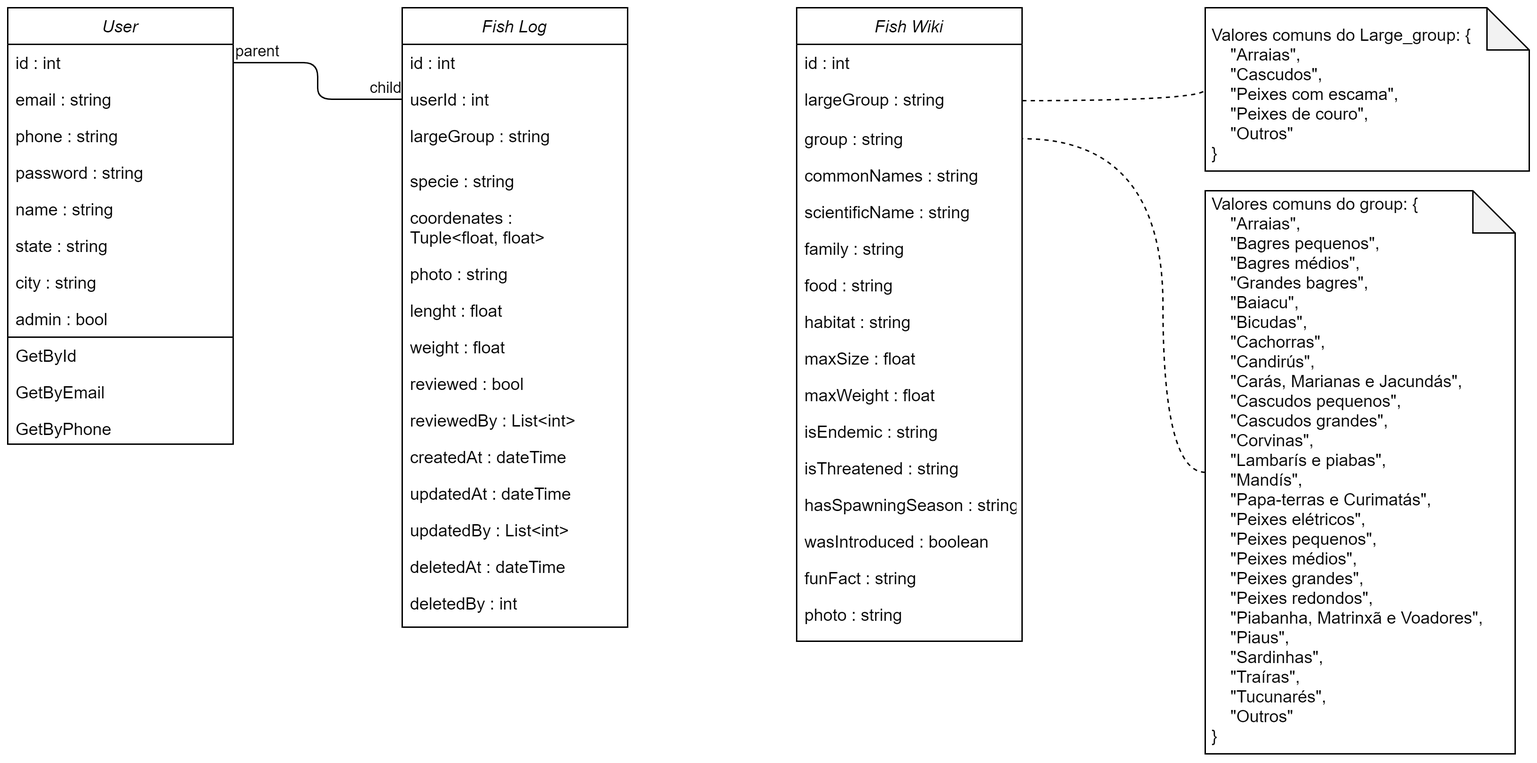
Earlier version of the draw.io export docs/Assets/Images/ArchitectureDocument/ClassDiagram.png (fga-eps-mds/2021.1-Pro-Especies-Docs). Source tidied: cells renumbered, new cells last; positions are measured from the earlier drawing's top-left corner, leaving out a move shared by most shapes.
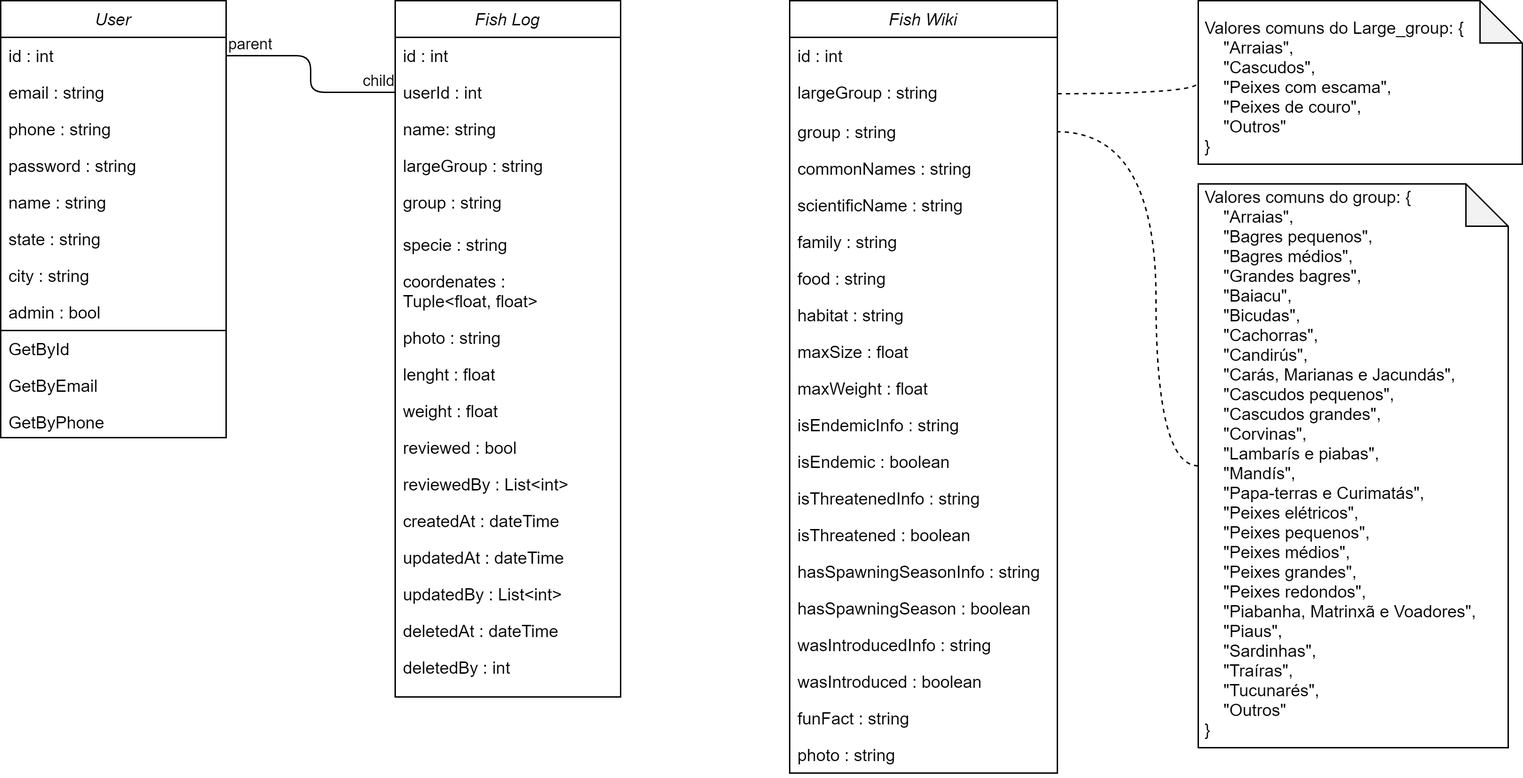
The same file after the commit.

What changed in the source:
```diff
@@ -42,52 +42,58 @@
       <mxGeometry y="230" width="160" height="8" as="geometry" />
     </mxCell>
     <mxCell id="15" value="Fish Log" style="swimlane;fontStyle=2;align=center;verticalAlign=top;horizontal=1;startSize=26;rounded=0;shadow=0;strokeWidth=1;" parent="1" vertex="1">
-      <mxGeometry x="280" width="160" height="440" as="geometry" />
+      <mxGeometry x="280" width="160" height="494" as="geometry" />
     </mxCell>
     <mxCell id="16" value="id : int" style="text;align=left;verticalAlign=top;spacingLeft=4;spacingRight=4;overflow=hidden;" parent="15" vertex="1">
       <mxGeometry y="26" width="160" height="26" as="geometry" />
     </mxCell>
-    <mxCell id="17" value="userId : int" style="text;align=left;verticalAlign=top;spacingLeft=4;spacingRight=4;overflow=hidden;points=[[0,0.5],[1,0.5]];portConstraint=eastwest;rounded=0;shadow=0;html=0;" parent="15" vertex="1">
+    <mxCell id="17" value="userId : int" style="text;align=left;verticalAlign=top;spacingLeft=4;spacingRight=4;overflow=hidden;points=[[0,0.5],[1,0.5]];portConstraint=eastwest;rounded=0;shadow=0;html=0;fontColor=default;" parent="15" vertex="1">
       <mxGeometry y="52" width="160" height="26" as="geometry" />
     </mxCell>
+    <mxCell id="55" value="name: string" style="text;align=left;verticalAlign=top;spacingLeft=4;spacingRight=4;overflow=hidden;rounded=0;shadow=0;html=0;fontColor=default;" parent="15" vertex="1">
+      <mxGeometry y="78" width="160" height="26" as="geometry" />
+    </mxCell>
-    <mxCell id="18" value="largeGroup : string" style="text;align=left;verticalAlign=top;spacingLeft=4;spacingRight=4;overflow=hidden;rounded=0;shadow=0;html=0;" parent="15" vertex="1">
-      <mxGeometry y="78" width="160" height="32" as="geometry" />
+    <mxCell id="18" value="largeGroup : string" style="text;align=left;verticalAlign=top;spacingLeft=4;spacingRight=4;overflow=hidden;rounded=0;shadow=0;html=0;fontColor=default;" parent="15" vertex="1">
+      <mxGeometry y="104" width="160" height="26" as="geometry" />
     </mxCell>
+    <mxCell id="56" value="group : string" style="text;align=left;verticalAlign=top;spacingLeft=4;spacingRight=4;overflow=hidden;rounded=0;shadow=0;html=0;fontColor=default;" parent="15" vertex="1">
+      <mxGeometry y="130" width="160" height="30" as="geometry" />
+    </mxCell>
     <mxCell id="19" value="specie : string" style="text;align=left;verticalAlign=top;spacingLeft=4;spacingRight=4;overflow=hidden;" parent="15" vertex="1">
-      <mxGeometry y="110" width="160" height="26" as="geometry" />
+      <mxGeometry y="160" width="160" height="26" as="geometry" />
     </mxCell>
     <mxCell id="20" value="coordenates : &#10;Tuple&lt;float, float&gt;" style="text;align=left;verticalAlign=top;spacingLeft=4;spacingRight=4;overflow=hidden;" parent="15" vertex="1">
-      <mxGeometry y="136" width="160" height="40" as="geometry" />
+      <mxGeometry y="186" width="160" height="40" as="geometry" />
     </mxCell>
     <mxCell id="21" value="photo : string" style="text;align=left;verticalAlign=top;spacingLeft=4;spacingRight=4;overflow=hidden;" parent="15" vertex="1">
-      <mxGeometry y="176" width="160" height="26" as="geometry" />
+      <mxGeometry y="226" width="160" height="26" as="geometry" />
     </mxCell>
     <mxCell id="22" value="lenght : float" style="text;align=left;verticalAlign=top;spacingLeft=4;spacingRight=4;overflow=hidden;" parent="15" vertex="1">
-      <mxGeometry y="202" width="160" height="26" as="geometry" />
+      <mxGeometry y="252" width="160" height="26" as="geometry" />
     </mxCell>
     <mxCell id="23" value="weight : float" style="text;align=left;verticalAlign=top;spacingLeft=4;spacingRight=4;overflow=hidden;" parent="15" vertex="1">
-      <mxGeometry y="228" width="160" height="26" as="geometry" />
+      <mxGeometry y="278" width="160" height="26" as="geometry" />
     </mxCell>
     <mxCell id="24" value="reviewed : bool" style="text;align=left;verticalAlign=top;spacingLeft=4;spacingRight=4;overflow=hidden;" parent="15" vertex="1">
-      <mxGeometry y="254" width="160" height="26" as="geometry" />
+      <mxGeometry y="304" width="160" height="26" as="geometry" />
     </mxCell>
     <mxCell id="25" value="reviewedBy : List&lt;int&gt;" style="text;align=left;verticalAlign=top;spacingLeft=4;spacingRight=4;overflow=hidden;" parent="15" vertex="1">
-      <mxGeometry y="280" width="160" height="26" as="geometry" />
+      <mxGeometry y="330" width="160" height="26" as="geometry" />
     </mxCell>
     <mxCell id="26" value="createdAt : dateTime" style="text;align=left;verticalAlign=top;spacingLeft=4;spacingRight=4;overflow=hidden;" parent="15" vertex="1">
-      <mxGeometry y="306" width="160" height="26" as="geometry" />
+      <mxGeometry y="356" width="160" height="26" as="geometry" />
     </mxCell>
     <mxCell id="27" value="updatedAt : dateTime" style="text;align=left;verticalAlign=top;spacingLeft=4;spacingRight=4;overflow=hidden;" parent="15" vertex="1">
-      <mxGeometry y="332" width="160" height="26" as="geometry" />
+      <mxGeometry y="382" width="160" height="26" as="geometry" />
     </mxCell>
     <mxCell id="28" value="updatedBy : List&lt;int&gt;" style="text;align=left;verticalAlign=top;spacingLeft=4;spacingRight=4;overflow=hidden;" parent="15" vertex="1">
-      <mxGeometry y="358" width="160" height="26" as="geometry" />
+      <mxGeometry y="408" width="160" height="26" as="geometry" />
     </mxCell>
     <mxCell id="29" value="deletedAt : dateTime" style="text;align=left;verticalAlign=top;spacingLeft=4;spacingRight=4;overflow=hidden;" parent="15" vertex="1">
-      <mxGeometry y="384" width="160" height="26" as="geometry" />
+      <mxGeometry y="434" width="160" height="26" as="geometry" />
     </mxCell>
     <mxCell id="30" value="deletedBy : int" style="text;align=left;verticalAlign=top;spacingLeft=4;spacingRight=4;overflow=hidden;" parent="15" vertex="1">
-      <mxGeometry y="410" width="160" height="26" as="geometry" />
+      <mxGeometry y="460" width="160" height="26" as="geometry" />
     </mxCell>
     <mxCell id="31" value="Valores comuns do group:&amp;nbsp;&lt;span&gt;{&lt;/span&gt;&lt;br style=&quot;padding: 0px ; margin: 0px&quot;&gt;&lt;span&gt;&amp;nbsp; &amp;nbsp; &quot;Arraias&quot;,&lt;/span&gt;&lt;br style=&quot;padding: 0px ; margin: 0px&quot;&gt;&lt;span&gt;&amp;nbsp; &amp;nbsp; &quot;Bagres pequenos&quot;,&lt;/span&gt;&lt;br style=&quot;padding: 0px ; margin: 0px&quot;&gt;&lt;span&gt;&amp;nbsp; &amp;nbsp; &quot;Bagres médios&quot;,&lt;/span&gt;&lt;br style=&quot;padding: 0px ; margin: 0px&quot;&gt;&lt;span&gt;&amp;nbsp; &amp;nbsp; &quot;Grandes bagres&quot;,&lt;/span&gt;&lt;br style=&quot;padding: 0px ; margin: 0px&quot;&gt;&lt;span&gt;&amp;nbsp; &amp;nbsp; &quot;Baiacu&quot;,&lt;/span&gt;&lt;br style=&quot;padding: 0px ; margin: 0px&quot;&gt;&lt;span&gt;&amp;nbsp; &amp;nbsp; &quot;Bicudas&quot;,&lt;/span&gt;&lt;br style=&quot;padding: 0px ; margin: 0px&quot;&gt;&lt;span&gt;&amp;nbsp; &amp;nbsp; &quot;Cachorras&quot;,&lt;/span&gt;&lt;br style=&quot;padding: 0px ; margin: 0px&quot;&gt;&lt;span&gt;&amp;nbsp; &amp;nbsp; &quot;Candirús&quot;,&lt;/span&gt;&lt;br style=&quot;padding: 0px ; margin: 0px&quot;&gt;&lt;span&gt;&amp;nbsp; &amp;nbsp; &quot;Carás, Marianas e Jacundás&quot;,&lt;/span&gt;&lt;br style=&quot;padding: 0px ; margin: 0px&quot;&gt;&lt;span&gt;&amp;nbsp; &amp;nbsp; &quot;Cascudos pequenos&quot;,&lt;/span&gt;&lt;br style=&quot;padding: 0px ; margin: 0px&quot;&gt;&lt;span&gt;&amp;nbsp; &amp;nbsp; &quot;Cascudos grandes&quot;,&lt;/span&gt;&lt;br style=&quot;padding: 0px ; margin: 0px&quot;&gt;&lt;span&gt;&amp;nbsp; &amp;nbsp; &quot;Corvinas&quot;,&lt;/span&gt;&lt;br style=&quot;padding: 0px ; margin: 0px&quot;&gt;&lt;span&gt;&amp;nbsp; &amp;nbsp; &quot;Lambarís e piabas&quot;,&lt;/span&gt;&lt;br style=&quot;padding: 0px ; margin: 0px&quot;&gt;&lt;span&gt;&amp;nbsp; &amp;nbsp; &quot;Mandís&quot;,&lt;/span&gt;&lt;br style=&quot;padding: 0px ; margin: 0px&quot;&gt;&lt;span&gt;&amp;nbsp; &amp;nbsp; &quot;Papa-terras e Curimatás&quot;,&lt;/span&gt;&lt;br style=&quot;padding: 0px ; margin: 0px&quot;&gt;&lt;span&gt;&amp;nbsp; &amp;nbsp; &quot;Peixes elétricos&quot;,&lt;/span&gt;&lt;br style=&quot;padding: 0px ; margin: 0px&quot;&gt;&lt;span&gt;&amp;nbsp; &amp;nbsp; &quot;Peixes pequenos&quot;,&lt;/span&gt;&lt;br style=&quot;padding: 0px ; margin: 0px&quot;&gt;&lt;span&gt;&amp;nbsp; &amp;nbsp; &quot;Peixes médios&quot;,&lt;/span&gt;&lt;br style=&quot;padding: 0px ; margin: 0px&quot;&gt;&lt;span&gt;&amp;nbsp; &amp;nbsp; &quot;Peixes grandes&quot;,&lt;/span&gt;&lt;br style=&quot;padding: 0px ; margin: 0px&quot;&gt;&lt;span&gt;&amp;nbsp; &amp;nbsp; &quot;Peixes redondos&quot;,&lt;/span&gt;&lt;br style=&quot;padding: 0px ; margin: 0px&quot;&gt;&lt;span&gt;&amp;nbsp; &amp;nbsp; &quot;Piabanha, Matrinxã e Voadores&quot;,&lt;/span&gt;&lt;br style=&quot;padding: 0px ; margin: 0px&quot;&gt;&lt;span&gt;&amp;nbsp; &amp;nbsp; &quot;Piaus&quot;,&lt;/span&gt;&lt;br style=&quot;padding: 0px ; margin: 0px&quot;&gt;&lt;span&gt;&amp;nbsp; &amp;nbsp; &quot;Sardinhas&quot;,&lt;/span&gt;&lt;br style=&quot;padding: 0px ; margin: 0px&quot;&gt;&lt;span&gt;&amp;nbsp; &amp;nbsp; &quot;Traíras&quot;,&lt;/span&gt;&lt;br style=&quot;padding: 0px ; margin: 0px&quot;&gt;&lt;span&gt;&amp;nbsp; &amp;nbsp; &quot;Tucunarés&quot;,&lt;/span&gt;&lt;br style=&quot;padding: 0px ; margin: 0px&quot;&gt;&lt;span&gt;&amp;nbsp; &amp;nbsp; &quot;Outros&quot;&lt;br&gt;&lt;/span&gt;&lt;span&gt;}&lt;/span&gt;" style="shape=note;whiteSpace=wrap;html=1;backgroundOutline=1;darkOpacity=0.05;align=left;spacingLeft=0;spacing=5;verticalAlign=bottom;" parent="1" vertex="1">
       <mxGeometry x="850" y="130" width="220" height="400" as="geometry" />
@@ -100,56 +106,68 @@
         </Array>
       </mxGeometry>
     </mxCell>
-    <mxCell id="33" value="Fish Wiki" style="swimlane;fontStyle=2;align=center;verticalAlign=top;horizontal=1;startSize=26;rounded=0;shadow=0;strokeWidth=1;" parent="1" vertex="1">
-      <mxGeometry x="560" width="160" height="450" as="geometry" />
+    <mxCell id="33" value="Fish Wiki" style="swimlane;fontStyle=2;align=center;verticalAlign=top;horizontal=1;startSize=26;rounded=0;shadow=0;strokeWidth=1;fillColor=default;strokeColor=default;fontColor=default;" parent="1" vertex="1">
+      <mxGeometry x="560" width="190" height="548" as="geometry" />
     </mxCell>
     <mxCell id="34" value="id : int" style="text;align=left;verticalAlign=top;spacingLeft=4;spacingRight=4;overflow=hidden;" parent="33" vertex="1">
-      <mxGeometry y="26" width="160" height="26" as="geometry" />
+      <mxGeometry y="26" width="190" height="26" as="geometry" />
     </mxCell>
     <mxCell id="35" value="largeGroup : string " style="text;align=left;verticalAlign=top;spacingLeft=4;spacingRight=4;overflow=hidden;points=[[0,0.5],[1,0.5]];portConstraint=eastwest;rounded=0;shadow=0;html=0;" parent="33" vertex="1">
-      <mxGeometry y="52" width="160" height="28" as="geometry" />
+      <mxGeometry y="52" width="190" height="28" as="geometry" />
     </mxCell>
     <mxCell id="36" value="group : string" style="text;align=left;verticalAlign=top;spacingLeft=4;spacingRight=4;overflow=hidden;points=[[0,0.5],[1,0.5]];portConstraint=eastwest;rounded=0;shadow=0;html=0;" parent="33" vertex="1">
-      <mxGeometry y="80" width="160" height="26" as="geometry" />
+      <mxGeometry y="80" width="190" height="26" as="geometry" />
     </mxCell>
     <mxCell id="37" value="commonNames : string" style="text;align=left;verticalAlign=top;spacingLeft=4;spacingRight=4;overflow=hidden;" parent="33" vertex="1">
-      <mxGeometry y="106" width="160" height="26" as="geometry" />
+      <mxGeometry y="106" width="190" height="26" as="geometry" />
     </mxCell>
     <mxCell id="38" value="scientificName : string" style="text;align=left;verticalAlign=top;spacingLeft=4;spacingRight=4;overflow=hidden;" parent="33" vertex="1">
-      <mxGeometry y="132" width="160" height="26" as="geometry" />
+      <mxGeometry y="132" width="190" height="26" as="geometry" />
     </mxCell>
     <mxCell id="39" value="family : string" style="text;align=left;verticalAlign=top;spacingLeft=4;spacingRight=4;overflow=hidden;" parent="33" vertex="1">
-      <mxGeometry y="158" width="160" height="26" as="geometry" />
+      <mxGeometry y="158" width="190" height="26" as="geometry" />
     </mxCell>
     <mxCell id="40" value="food : string" style="text;align=left;verticalAlign=top;spacingLeft=4;spacingRight=4;overflow=hidden;" parent="33" vertex="1">
-      <mxGeometry y="184" width="160" height="26" as="geometry" />
+      <mxGeometry y="184" width="190" height="26" as="geometry" />
     </mxCell>
     <mxCell id="41" value="habitat : string" style="text;align=left;verticalAlign=top;spacingLeft=4;spacingRight=4;overflow=hidden;" parent="33" vertex="1">
-      <mxGeometry y="210" width="160" height="26" as="geometry" />
+      <mxGeometry y="210" width="190" height="26" as="geometry" />
     </mxCell>
     <mxCell id="42" value="maxSize : float" style="text;align=left;verticalAlign=top;spacingLeft=4;spacingRight=4;overflow=hidden;" parent="33" vertex="1">
-      <mxGeometry y="236" width="160" height="26" as="geometry" />
+      <mxGeometry y="236" width="190" height="26" as="geometry" />
     </mxCell>
     <mxCell id="43" value="maxWeight : float" style="text;align=left;verticalAlign=top;spacingLeft=4;spacingRight=4;overflow=hidden;" parent="33" vertex="1">
-      <mxGeometry y="262" width="160" height="26" as="geometry" />
+      <mxGeometry y="262" width="190" height="26" as="geometry" />
     </mxCell>
-    <mxCell id="44" value="isEndemic : string" style="text;align=left;verticalAlign=top;spacingLeft=4;spacingRight=4;overflow=hidden;" parent="33" vertex="1">
-      <mxGeometry y="288" width="160" height="26" as="geometry" />
+    <mxCell id="44" value="isEndemicInfo : string" style="text;align=left;verticalAlign=top;spacingLeft=4;spacingRight=4;overflow=hidden;fontColor=default;" parent="33" vertex="1">
+      <mxGeometry y="288" width="190" height="26" as="geometry" />
     </mxCell>
+    <mxCell id="57" value="isEndemic : boolean" style="text;align=left;verticalAlign=top;spacingLeft=4;spacingRight=4;overflow=hidden;fontColor=default;" parent="33" vertex="1">
+      <mxGeometry y="314" width="190" height="26" as="geometry" />
+    </mxCell>
+    <mxCell id="58" value="isThreatenedInfo : string" style="text;align=left;verticalAlign=top;spacingLeft=4;spacingRight=4;overflow=hidden;fontColor=default;" parent="33" vertex="1">
+      <mxGeometry y="340" width="190" height="26" as="geometry" />
+    </mxCell>
-    <mxCell id="45" value="isThreatened : string" style="text;align=left;verticalAlign=top;spacingLeft=4;spacingRight=4;overflow=hidden;" parent="33" vertex="1">
-      <mxGeometry y="314" width="160" height="26" as="geometry" />
+    <mxCell id="45" value="isThreatened : boolean" style="text;align=left;verticalAlign=top;spacingLeft=4;spacingRight=4;overflow=hidden;fontColor=default;" parent="33" vertex="1">
+      <mxGeometry y="366" width="190" height="26" as="geometry" />
     </mxCell>
+    <mxCell id="59" value="hasSpawningSeasonInfo : string" style="text;align=left;verticalAlign=top;spacingLeft=4;spacingRight=4;overflow=hidden;fontColor=default;" parent="33" vertex="1">
+      <mxGeometry y="392" width="190" height="26" as="geometry" />
+    </mxCell>
-    <mxCell id="46" value="hasSpawningSeason : string" style="text;align=left;verticalAlign=top;spacingLeft=4;spacingRight=4;overflow=hidden;" parent="33" vertex="1">
-      <mxGeometry y="340" width="160" height="26" as="geometry" />
+    <mxCell id="46" value="hasSpawningSeason : boolean" style="text;align=left;verticalAlign=top;spacingLeft=4;spacingRight=4;overflow=hidden;fontColor=default;" parent="33" vertex="1">
+      <mxGeometry y="418" width="190" height="26" as="geometry" />
     </mxCell>
-    <mxCell id="47" value="wasIntroduced : boolean" style="text;align=left;verticalAlign=top;spacingLeft=4;spacingRight=4;overflow=hidden;" parent="33" vertex="1">
-      <mxGeometry y="366" width="160" height="26" as="geometry" />
+    <mxCell id="47" value="wasIntroducedInfo : string" style="text;align=left;verticalAlign=top;spacingLeft=4;spacingRight=4;overflow=hidden;fontColor=default;" parent="33" vertex="1">
+      <mxGeometry y="444" width="190" height="26" as="geometry" />
     </mxCell>
+    <mxCell id="60" value="wasIntroduced : boolean" style="text;align=left;verticalAlign=top;spacingLeft=4;spacingRight=4;overflow=hidden;fontColor=default;" parent="33" vertex="1">
+      <mxGeometry y="470" width="190" height="26" as="geometry" />
+    </mxCell>
     <mxCell id="48" value="funFact : string" style="text;align=left;verticalAlign=top;spacingLeft=4;spacingRight=4;overflow=hidden;" parent="33" vertex="1">
-      <mxGeometry y="392" width="160" height="26" as="geometry" />
+      <mxGeometry y="496" width="190" height="26" as="geometry" />
     </mxCell>
     <mxCell id="49" value="photo : string" style="text;align=left;verticalAlign=top;spacingLeft=4;spacingRight=4;overflow=hidden;" parent="33" vertex="1">
-      <mxGeometry y="418" width="160" height="26" as="geometry" />
+      <mxGeometry y="522" width="190" height="26" as="geometry" />
     </mxCell>
     <mxCell id="50" style="endArrow=none;html=1;edgeStyle=orthogonalEdgeStyle;exitX=1;exitY=0.5;exitDx=0;exitDy=0;entryX=0;entryY=0.5;entryDx=0;entryDy=0;" parent="1" edge="1" source="3" target="17">
       <mxGeometry relative="1" as="geometry" />
```
